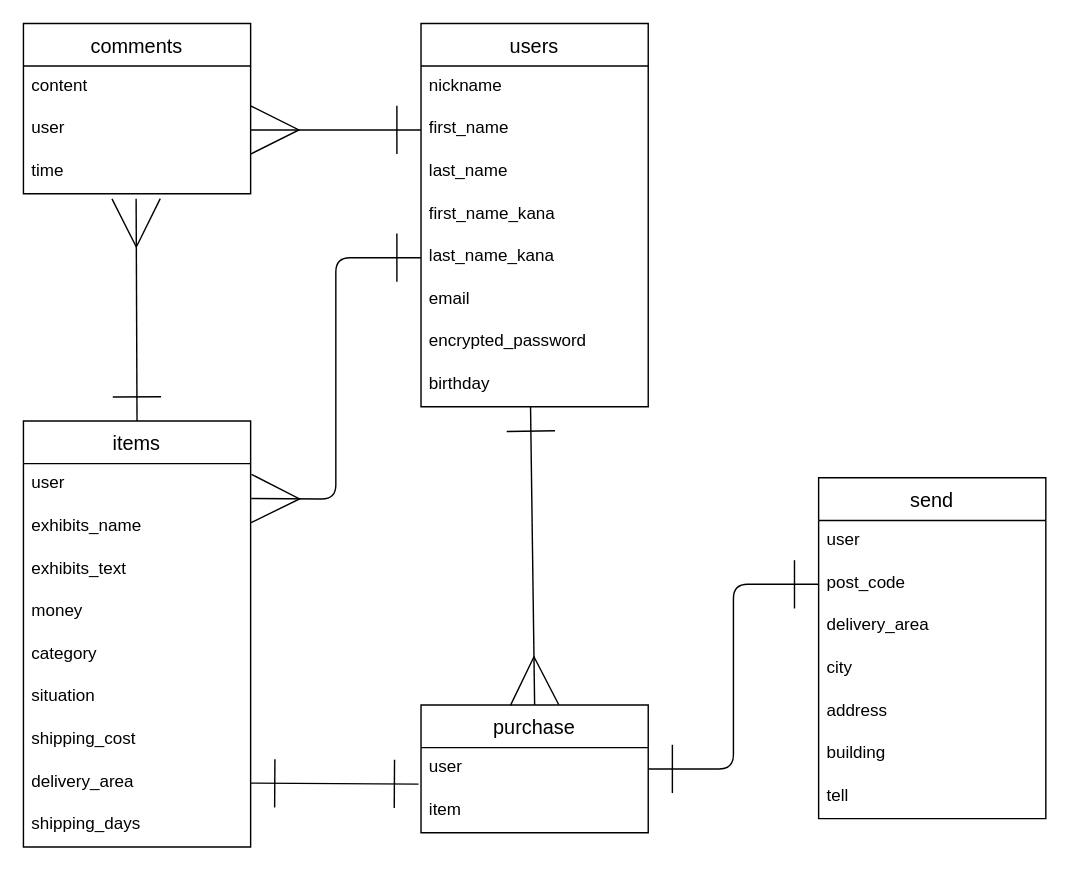
Before: furima-38019.dio in uratatamotsu/furima-38019, a draw.io diagram. Source tidied: cells renumbered, new cells numbered last; positions are measured from the earlier drawing's top-left corner, leaving out a move shared by most shapes. Both pictures are drawn from the tidied source at 142%, with x=0, y=0 at pixel (23, 23).
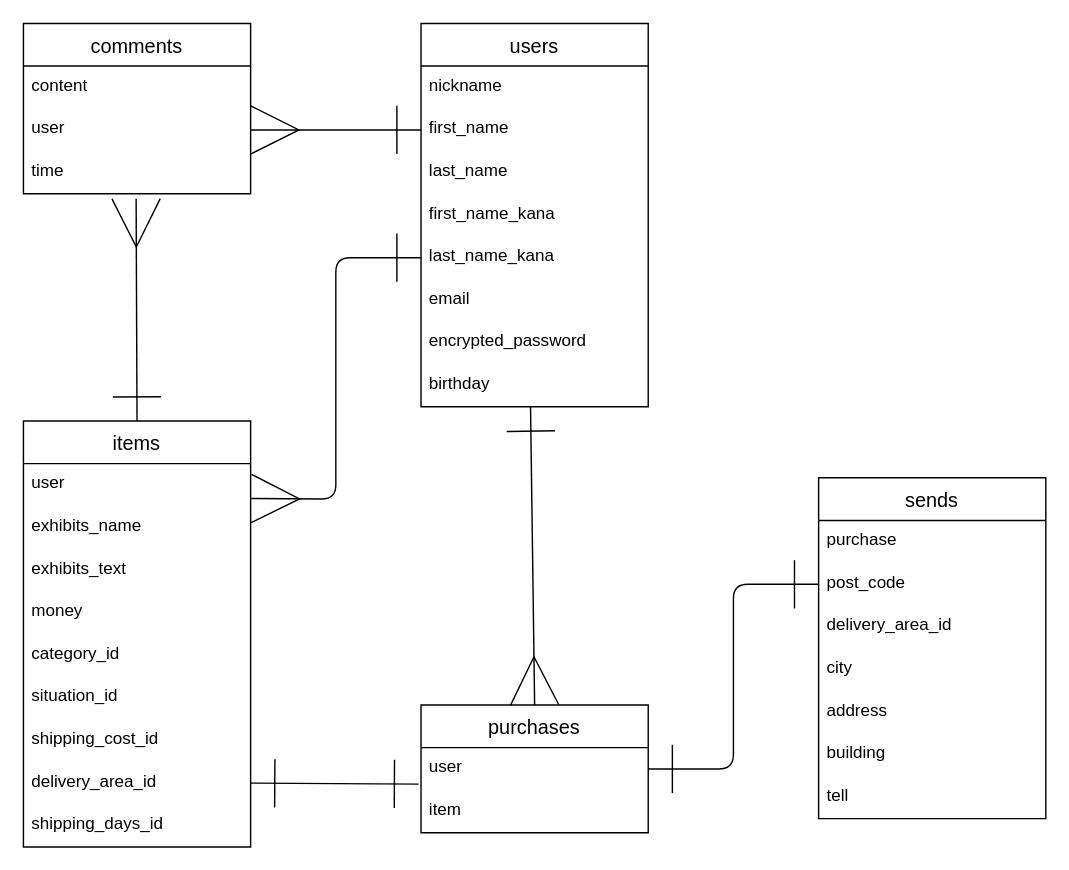
Above is the later version.

Commit message (it also covers changes not shown here):
ER図6回目再修正

The change refers to these unchanged cells:
```xml
<mxCell id="3" value="items" style="swimlane;fontStyle=0;horizontal=1;startSize=30;align=center;fontSize=14;" parent="1" vertex="1">
  <mxGeometry y="280" width="160" height="300" as="geometry" />
</mxCell>
```

What changed in the source:
```diff
@@
-    <mxCell id="8" value="category" style="text;strokeColor=none;fillColor=none;spacingLeft=4;spacingRight=4;overflow=hidden;fontSize=12;" parent="3" vertex="1">
+    <mxCell id="8" value="category_id" style="text;strokeColor=none;fillColor=none;spacingLeft=4;spacingRight=4;overflow=hidden;fontSize=12;" parent="3" vertex="1">
       <mxGeometry y="150" width="160" height="30" as="geometry" />
     </mxCell>
-    <mxCell id="9" value="situation" style="text;strokeColor=none;fillColor=none;spacingLeft=4;spacingRight=4;overflow=hidden;fontSize=12;" parent="3" vertex="1">
+    <mxCell id="9" value="situation_id" style="text;strokeColor=none;fillColor=none;spacingLeft=4;spacingRight=4;overflow=hidden;fontSize=12;" parent="3" vertex="1">
       <mxGeometry y="180" width="160" height="30" as="geometry" />
     </mxCell>
-    <mxCell id="10" value="shipping_cost" style="text;strokeColor=none;fillColor=none;spacingLeft=4;spacingRight=4;overflow=hidden;fontSize=12;" parent="3" vertex="1">
+    <mxCell id="10" value="shipping_cost_id" style="text;strokeColor=none;fillColor=none;spacingLeft=4;spacingRight=4;overflow=hidden;fontSize=12;" parent="3" vertex="1">
       <mxGeometry y="210" width="160" height="30" as="geometry" />
     </mxCell>
-    <mxCell id="11" value="delivery_area" style="text;strokeColor=none;fillColor=none;spacingLeft=4;spacingRight=4;overflow=hidden;points=[[0,0.5],[1,0.5]];portConstraint=eastwest;fontSize=12;" parent="3" vertex="1">
+    <mxCell id="11" value="delivery_area_id" style="text;strokeColor=none;fillColor=none;spacingLeft=4;spacingRight=4;overflow=hidden;points=[[0,0.5],[1,0.5]];portConstraint=eastwest;fontSize=12;" parent="3" vertex="1">
       <mxGeometry y="240" width="160" height="30" as="geometry" />
     </mxCell>
-    <mxCell id="12" value="shipping_days" style="text;strokeColor=none;fillColor=none;spacingLeft=4;spacingRight=4;overflow=hidden;fontSize=12;" parent="3" vertex="1">
+    <mxCell id="12" value="shipping_days_id" style="text;strokeColor=none;fillColor=none;spacingLeft=4;spacingRight=4;overflow=hidden;fontSize=12;" parent="3" vertex="1">
       <mxGeometry y="270" width="160" height="30" as="geometry" />
     </mxCell>
@@
-    <mxCell id="26" value="purchase" style="swimlane;fontStyle=0;horizontal=1;startSize=30;align=center;fontSize=14;" parent="1" vertex="1">
+    <mxCell id="26" value="purchases" style="swimlane;fontStyle=0;horizontal=1;startSize=30;align=center;fontSize=14;" parent="1" vertex="1">
       <mxGeometry x="280" y="480" width="160" height="90" as="geometry" />
     </mxCell>
@@
-    <mxCell id="29" value="send" style="swimlane;fontStyle=0;horizontal=1;startSize=30;align=center;fontSize=14;" parent="1" vertex="1">
+    <mxCell id="29" value="sends" style="swimlane;fontStyle=0;horizontal=1;startSize=30;align=center;fontSize=14;" parent="1" vertex="1">
       <mxGeometry x="560" y="320" width="160" height="240" as="geometry" />
     </mxCell>
-    <mxCell id="30" value="user" style="text;strokeColor=none;fillColor=none;spacingLeft=4;spacingRight=4;overflow=hidden;fontSize=12;" parent="29" vertex="1">
+    <mxCell id="30" value="purchase" style="text;strokeColor=none;fillColor=none;spacingLeft=4;spacingRight=4;overflow=hidden;fontSize=12;" parent="29" vertex="1">
       <mxGeometry y="30" width="160" height="30" as="geometry" />
     </mxCell>
@@
-    <mxCell id="32" value="delivery_area" style="text;strokeColor=none;fillColor=none;spacingLeft=4;spacingRight=4;overflow=hidden;fontSize=12;" parent="29" vertex="1">
+    <mxCell id="32" value="delivery_area_id" style="text;strokeColor=none;fillColor=none;spacingLeft=4;spacingRight=4;overflow=hidden;fontSize=12;" parent="29" vertex="1">
       <mxGeometry y="90" width="160" height="30" as="geometry" />
     </mxCell>
```
